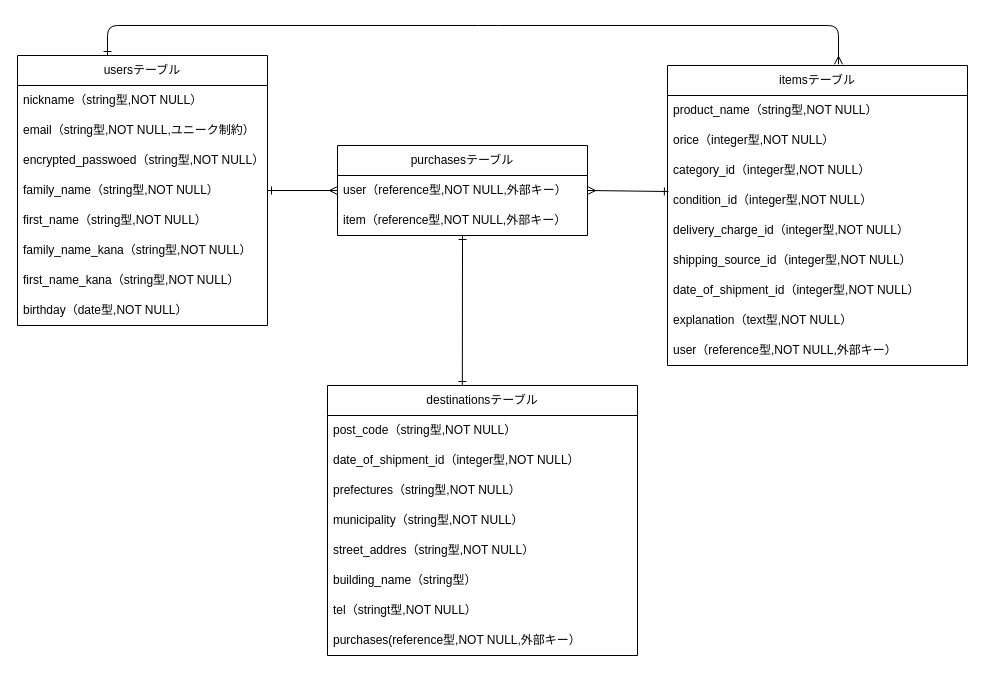
This is test.dio from i-v-mii/furima-40333, a draw.io file, before an edit. Source tidied: cells renumbered, new cells numbered last; positions are measured from the earlier drawing's top-left corner, leaving out a move shared by most shapes. Both pictures are drawn from the tidied source at 100%, with x=0, y=0 at pixel (17, 25).
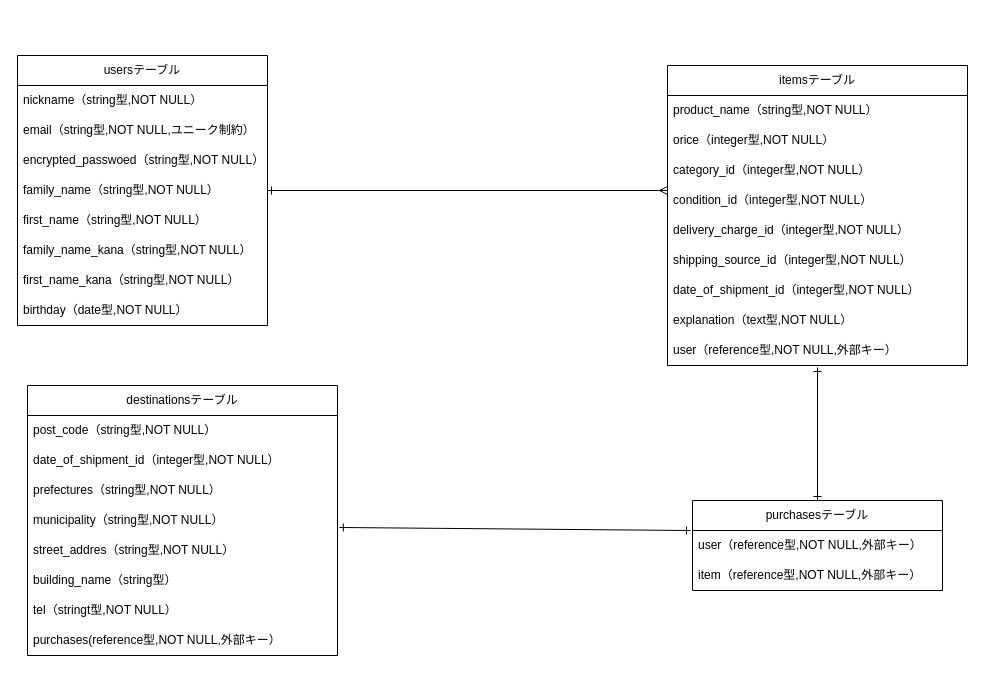
After the change.

Commit message (it also covers changes not shown here):
データベース設計（修正）

Unchanged cells that the change refers to:
```xml
<mxCell id="6" value="family_name（string型,NOT NULL）" style="text;strokeColor=none;fillColor=none;align=left;verticalAlign=middle;spacingLeft=4;spacingRight=4;overflow=hidden;points=[[0,0.5],[1,0.5]];portConstraint=eastwest;whiteSpace=wrap;html=1;" parent="2" vertex="1">
  <mxGeometry y="120" width="250" height="30" as="geometry" />
</mxCell>
<mxCell id="11" value="itemsテーブル" style="swimlane;fontStyle=0;horizontal=1;startSize=30;whiteSpace=wrap;html=1;" parent="1" vertex="1">
  <mxGeometry x="650" y="40" width="300" height="300" as="geometry" />
</mxCell>
<mxCell id="15" value="condition_id（integer型,NOT NULL）" style="text;strokeColor=none;fillColor=none;align=left;verticalAlign=middle;spacingLeft=4;spacingRight=4;overflow=hidden;points=[[0,0.5],[1,0.5]];portConstraint=eastwest;whiteSpace=wrap;html=1;" parent="11" vertex="1">
  <mxGeometry y="120" width="300" height="30" as="geometry" />
</mxCell>
<mxCell id="20" value="user（reference型,NOT NULL,外部キー）" style="text;strokeColor=none;fillColor=none;align=left;verticalAlign=middle;spacingLeft=4;spacingRight=4;overflow=hidden;points=[[0,0.5],[1,0.5]];portConstraint=eastwest;whiteSpace=wrap;html=1;" parent="11" vertex="1">
  <mxGeometry y="270" width="300" height="30" as="geometry" />
</mxCell>
<mxCell id="25" value="municipality（string型,NOT NULL）" style="text;strokeColor=none;fillColor=none;align=left;verticalAlign=middle;spacingLeft=4;spacingRight=4;overflow=hidden;points=[[0,0.5],[1,0.5]];portConstraint=eastwest;whiteSpace=wrap;html=1;" parent="21" vertex="1">
  <mxGeometry y="120" width="310" height="30" as="geometry" />
</mxCell>
<mxCell id="32" value="user（reference型,NOT NULL,外部キー）" style="text;strokeColor=none;fillColor=none;align=left;verticalAlign=middle;spacingLeft=4;spacingRight=4;overflow=hidden;points=[[0,0.5],[1,0.5]];portConstraint=eastwest;whiteSpace=wrap;html=1;" parent="31" vertex="1">
  <mxGeometry y="30" width="250" height="30" as="geometry" />
</mxCell>
<mxCell id="33" value="item（reference型,NOT NULL,外部キー）" style="text;strokeColor=none;fillColor=none;align=left;verticalAlign=middle;spacingLeft=4;spacingRight=4;overflow=hidden;points=[[0,0.5],[1,0.5]];portConstraint=eastwest;whiteSpace=wrap;html=1;" parent="31" vertex="1">
  <mxGeometry y="60" width="250" height="30" as="geometry" />
</mxCell>
```

The edit, as a diff of the source:
```diff
@@
     <mxCell id="21" value="destinationsテーブル" style="swimlane;fontStyle=0;horizontal=1;startSize=30;whiteSpace=wrap;html=1;" parent="1" vertex="1">
-      <mxGeometry x="310" y="360" width="310" height="270" as="geometry" />
+      <mxGeometry x="10" y="360" width="310" height="270" as="geometry" />
     </mxCell>
@@
-    <mxCell id="30" style="edgeStyle=none;html=1;endArrow=ERone;endFill=0;entryX=0.435;entryY=0;entryDx=0;entryDy=0;entryPerimeter=0;startArrow=ERone;startFill=0;" parent="1" edge="1" source="33" target="21">
+    <mxCell id="30" style="edgeStyle=none;html=1;endArrow=ERone;endFill=0;entryX=1.006;entryY=0.733;entryDx=0;entryDy=0;entryPerimeter=0;startArrow=ERone;startFill=0;exitX=-0.008;exitY=0;exitDx=0;exitDy=0;exitPerimeter=0;" parent="1" edge="1" source="32" target="25">
       <mxGeometry relative="1" as="geometry" />
     </mxCell>
     <mxCell id="31" value="purchasesテーブル" style="swimlane;fontStyle=0;horizontal=1;startSize=30;whiteSpace=wrap;html=1;" parent="1" vertex="1">
-      <mxGeometry x="320" y="120" width="250" height="90" as="geometry" />
+      <mxGeometry x="675" y="475" width="250" height="90" as="geometry" />
     </mxCell>
@@
-    <mxCell id="34" style="edgeStyle=none;html=1;endArrow=ERmany;endFill=0;entryX=0.57;entryY=-0.004;entryDx=0;entryDy=0;entryPerimeter=0;startArrow=ERone;startFill=0;" parent="1" edge="1" target="11">
-      <mxGeometry relative="1" as="geometry">
-        <mxPoint x="90" y="30" as="sourcePoint" />
-        <Array as="points">
-          <mxPoint x="90" />
-          <mxPoint x="470" />
-          <mxPoint x="821" />
-        </Array>
-      </mxGeometry>
-    </mxCell>
-    <mxCell id="35" style="edgeStyle=none;html=1;endArrow=ERmany;endFill=0;exitX=0.003;exitY=0.2;exitDx=0;exitDy=0;exitPerimeter=0;entryX=1;entryY=0.5;entryDx=0;entryDy=0;startArrow=ERone;startFill=0;" parent="1" edge="1" source="15" target="32">
+    <mxCell id="35" style="edgeStyle=none;html=1;endArrow=ERone;endFill=0;exitX=0.5;exitY=1.067;exitDx=0;exitDy=0;exitPerimeter=0;entryX=0.5;entryY=0;entryDx=0;entryDy=0;startArrow=ERone;startFill=0;" parent="1" edge="1" source="20" target="31">
       <mxGeometry relative="1" as="geometry" />
     </mxCell>
@@
     <mxCell id="37" style="edgeStyle=none;html=1;endArrow=ERmany;endFill=0;exitX=1;exitY=0.5;exitDx=0;exitDy=0;startArrow=ERone;startFill=0;" parent="1" edge="1" source="6">
       <mxGeometry relative="1" as="geometry">
-        <mxPoint x="320" y="165" as="targetPoint" />
+        <mxPoint x="650" y="165" as="targetPoint" />
       </mxGeometry>
     </mxCell>
```
